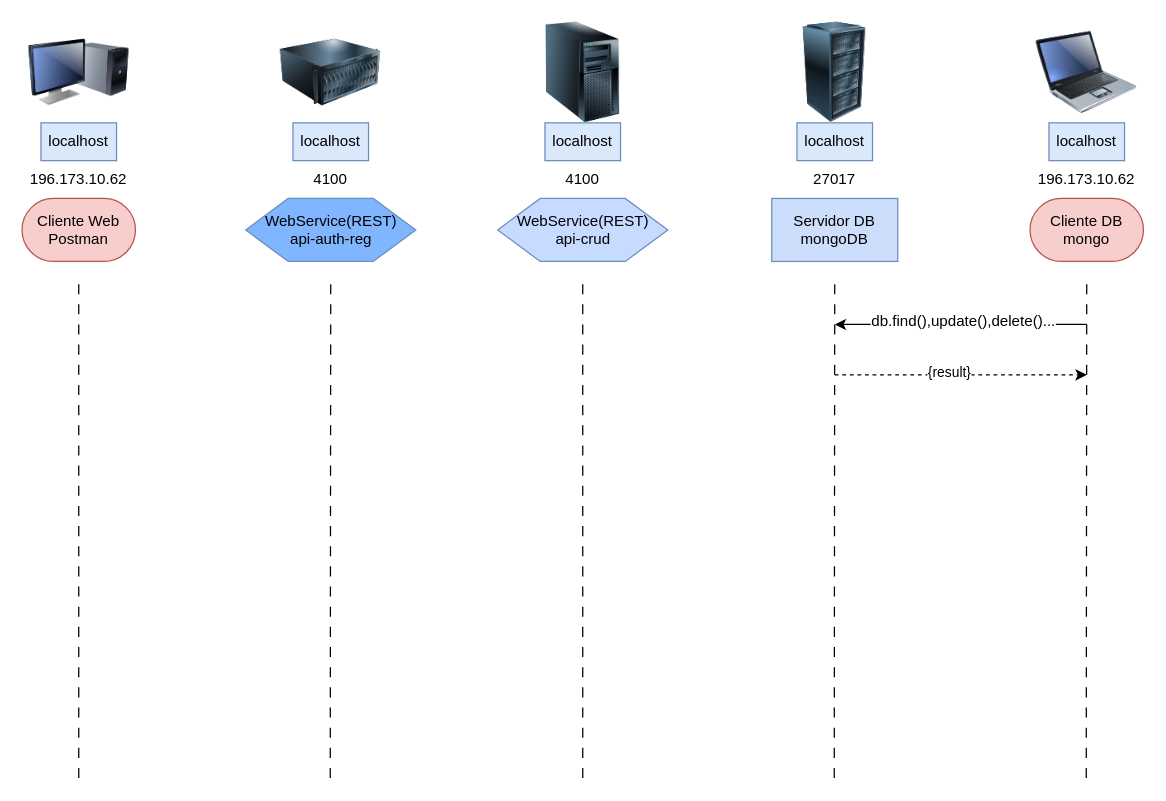
Earlier version of the draw.io diagram Diagrama de Secuencia.drawio (AceDen97/SD). Source tidied: cells renumbered, new cells numbered last; positions are measured from the earlier drawing's top-left corner, leaving out a move shared by most shapes. Both pictures are drawn from the tidied source at 126%, with x=0, y=0 at pixel (21, 21).
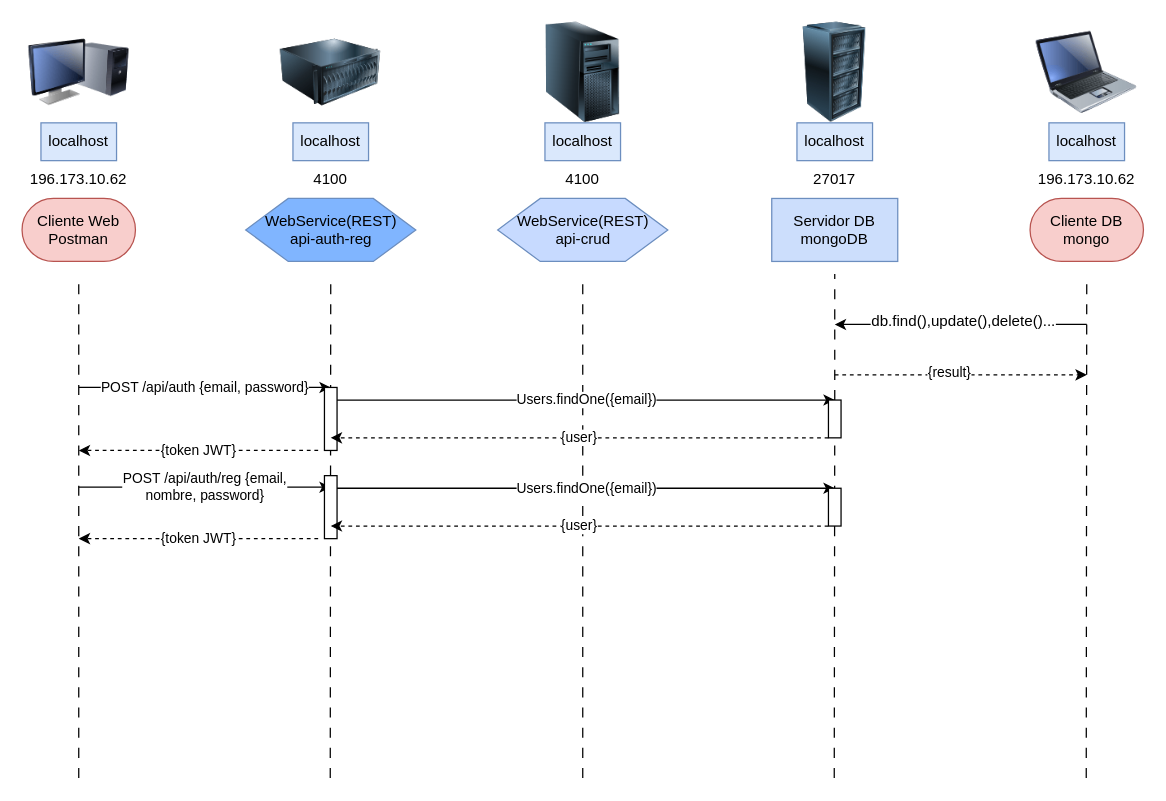
After the change.

What changed in the source:
```diff
@@
-    <mxCell id="10" style="endArrow=none;dashed=1;html=1;rounded=0;dashPattern=8 8;" parent="1" edge="1">
+    <mxCell id="10" style="endArrow=none;dashed=1;html=1;rounded=0;dashPattern=8 8;" parent="1" edge="1" source="35">
       <mxGeometry relative="1" as="geometry">
-        <mxPoint x="644.6" y="600" as="sourcePoint" />
         <mxPoint x="645" y="200" as="targetPoint" />
       </mxGeometry>
     </mxCell>
@@
+    <mxCell id="31" value="POST /api/auth {email, password}" style="endArrow=classic;html=1;rounded=0;" parent="1" edge="1">
+      <mxGeometry relative="1" as="geometry">
+        <mxPoint x="45" y="290" as="sourcePoint" />
+        <mxPoint x="245" y="290" as="targetPoint" />
+        <Array as="points">
+          <mxPoint x="145" y="290" />
+        </Array>
+      </mxGeometry>
+    </mxCell>
+    <mxCell id="32" style="rounded=0;whiteSpace=wrap;html=1;" parent="1" vertex="1">
+      <mxGeometry x="240" y="290" width="10" height="50" as="geometry" />
+    </mxCell>
+    <mxCell id="33" value="Users.findOne({email})" style="endArrow=classic;html=1;rounded=0;" parent="1" edge="1">
+      <mxGeometry relative="1" as="geometry">
+        <mxPoint x="250" y="300" as="sourcePoint" />
+        <mxPoint x="645" y="300" as="targetPoint" />
+        <Array as="points">
+          <mxPoint x="350" y="300" />
+        </Array>
+      </mxGeometry>
+    </mxCell>
+    <mxCell id="34" style="endArrow=none;dashed=1;html=1;rounded=0;dashPattern=8 8;" parent="1" edge="1" target="35">
+      <mxGeometry relative="1" as="geometry">
+        <mxPoint x="644.6" y="600" as="sourcePoint" />
+      </mxGeometry>
+    </mxCell>
+    <mxCell id="35" style="rounded=0;whiteSpace=wrap;html=1;" parent="1" vertex="1">
+      <mxGeometry x="640" y="300" width="10" height="30" as="geometry" />
+    </mxCell>
+    <mxCell id="36" value="{user}" style="endArrow=classic;html=1;rounded=0;exitX=0;exitY=1;exitDx=0;exitDy=0;dashed=1;" parent="1" edge="1" source="35">
+      <mxGeometry relative="1" as="geometry">
+        <mxPoint x="245" y="330" as="targetPoint" />
+      </mxGeometry>
+    </mxCell>
+    <mxCell id="37" value="{token JWT}" style="endArrow=classic;html=1;rounded=0;dashed=1;" parent="1" edge="1">
+      <mxGeometry relative="1" as="geometry">
+        <mxPoint x="235" y="340" as="sourcePoint" />
+        <mxPoint x="45" y="340" as="targetPoint" />
+      </mxGeometry>
+    </mxCell>
+    <mxCell id="38" value="POST /api/auth/reg {email, &lt;br&gt;nombre, password}" style="endArrow=classic;html=1;rounded=0;" parent="1" edge="1">
+      <mxGeometry relative="1" as="geometry">
+        <mxPoint x="45" y="369.2" as="sourcePoint" />
+        <mxPoint x="245" y="369.2" as="targetPoint" />
+        <Array as="points">
+          <mxPoint x="145" y="369.2" />
+        </Array>
+      </mxGeometry>
+    </mxCell>
+    <mxCell id="39" style="rounded=0;whiteSpace=wrap;html=1;" parent="1" vertex="1">
+      <mxGeometry x="240" y="360" width="10" height="50" as="geometry" />
+    </mxCell>
+    <mxCell id="40" value="Users.findOne({email})" style="endArrow=classic;html=1;rounded=0;" parent="1" edge="1">
+      <mxGeometry relative="1" as="geometry">
+        <mxPoint x="250" y="370" as="sourcePoint" />
+        <mxPoint x="645" y="370" as="targetPoint" />
+        <Array as="points">
+          <mxPoint x="350" y="370" />
+        </Array>
+      </mxGeometry>
+    </mxCell>
+    <mxCell id="41" style="rounded=0;whiteSpace=wrap;html=1;" parent="1" vertex="1">
+      <mxGeometry x="640" y="370" width="10" height="30" as="geometry" />
+    </mxCell>
+    <mxCell id="42" value="{user}" style="endArrow=classic;html=1;rounded=0;exitX=0;exitY=1;exitDx=0;exitDy=0;dashed=1;" parent="1" edge="1" source="41">
+      <mxGeometry relative="1" as="geometry">
+        <mxPoint x="245" y="400" as="targetPoint" />
+      </mxGeometry>
+    </mxCell>
+    <mxCell id="43" value="{token JWT}" style="endArrow=classic;html=1;rounded=0;dashed=1;" parent="1" edge="1">
+      <mxGeometry relative="1" as="geometry">
+        <mxPoint x="235" y="410" as="sourcePoint" />
+        <mxPoint x="45" y="410" as="targetPoint" />
+      </mxGeometry>
+    </mxCell>
```
